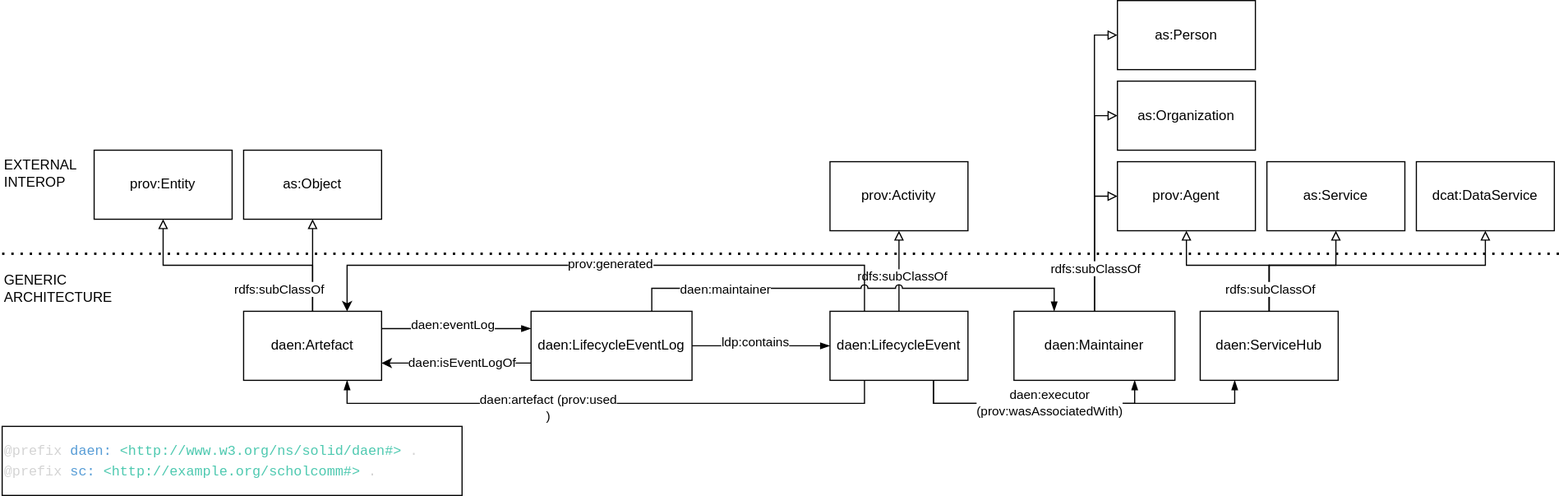
Above: images/classes.svg in MellonScholarlyCommunication/spec-eventlog (draw.io), before the change. Source tidied: cells renumbered, new cells last; positions are measured from the earlier drawing's top-left corner, leaving out a move shared by most shapes.
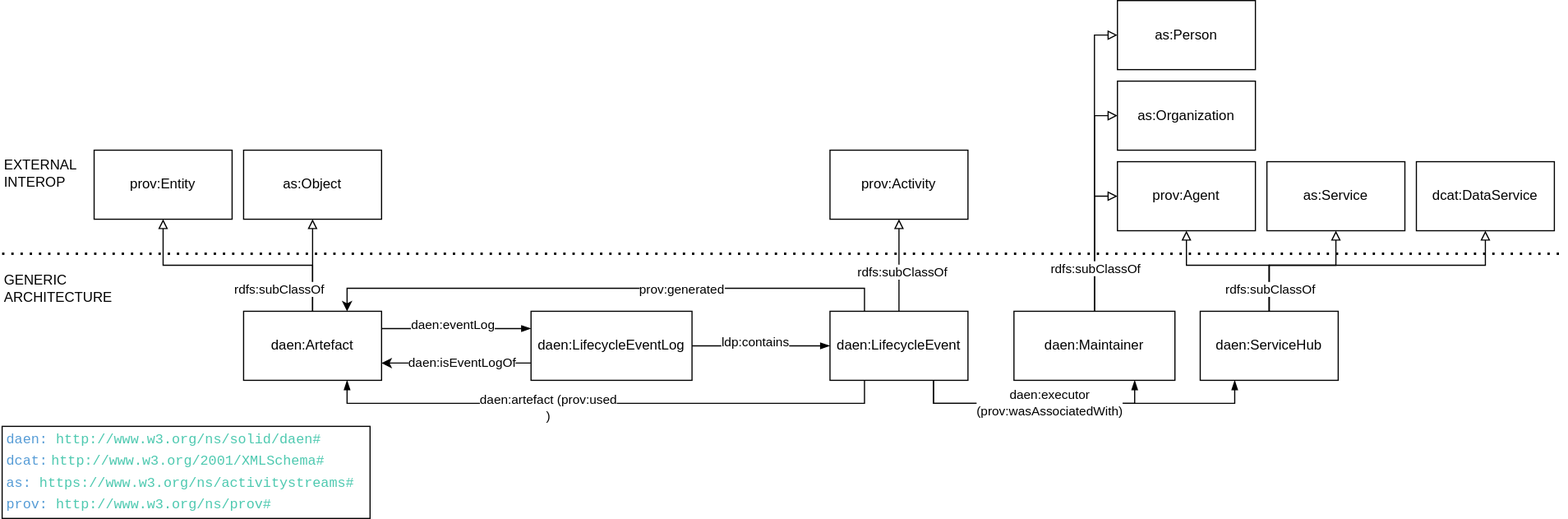
After the change.

The edit, as a diff of the source:
```diff
@@ -2,14 +2,11 @@
   <root>
     <mxCell id="0" />
     <mxCell id="1" parent="0" />
-    <mxCell id="2" value="&lt;div style=&quot;color: rgb(212 , 212 , 212) ; font-family: &amp;#34;menlo&amp;#34; , &amp;#34;monaco&amp;#34; , &amp;#34;courier new&amp;#34; , monospace ; font-size: 12px ; line-height: 18px&quot;&gt;&lt;div&gt;@prefix &lt;span style=&quot;color: rgb(86 , 156 , 214)&quot;&gt;daen:&lt;/span&gt; &lt;span style=&quot;color: rgb(78 , 201 , 176)&quot;&gt;&amp;lt;http://www.w3.org/ns/solid/daen#&amp;gt;&lt;/span&gt; . &lt;/div&gt;&lt;div&gt;@prefix &lt;span style=&quot;color: rgb(86 , 156 , 214)&quot;&gt;sc:&lt;/span&gt; &lt;span style=&quot;color: rgb(78 , 201 , 176)&quot;&gt;&amp;lt;http://example.org/scholcomm#&amp;gt;&lt;/span&gt; . &lt;/div&gt;&lt;/div&gt;" style="rounded=0;whiteSpace=wrap;html=1;fontSize=11;align=left;" parent="1" vertex="1">
-      <mxGeometry y="370" width="400" height="60" as="geometry" />
-    </mxCell>
     <mxCell id="3" style="edgeStyle=orthogonalEdgeStyle;rounded=0;jettySize=auto;html=1;exitX=0.75;exitY=1;exitDx=0;exitDy=0;entryX=0.75;entryY=1;entryDx=0;entryDy=0;endArrow=blockThin;endFill=1;" parent="1" edge="1" source="9" target="40">
       <mxGeometry relative="1" as="geometry" />
     </mxCell>
     <mxCell id="4" value="prov:Activity" style="rounded=0;whiteSpace=wrap;html=1;" parent="1" vertex="1">
-      <mxGeometry x="720" y="140" width="120" height="60" as="geometry" />
+      <mxGeometry x="720" y="130" width="120" height="60" as="geometry" />
     </mxCell>
     <mxCell id="5" style="edgeStyle=orthogonalEdgeStyle;rounded=0;jettySize=auto;html=1;exitX=0.5;exitY=0;exitDx=0;exitDy=0;endArrow=block;endFill=0;" parent="1" edge="1" source="9" target="4">
       <mxGeometry relative="1" as="geometry" />
@@ -125,25 +122,19 @@
     <mxCell id="33" style="edgeStyle=orthogonalEdgeStyle;html=1;exitX=0.25;exitY=0;exitDx=0;exitDy=0;entryX=0.75;entryY=0;entryDx=0;entryDy=0;rounded=0;jumpStyle=arc;" parent="1" edge="1" source="9" target="23">
       <mxGeometry relative="1" as="geometry">
         <Array as="points">
-          <mxPoint x="750" y="230" />
-          <mxPoint x="300" y="230" />
+          <mxPoint x="750" y="250" />
+          <mxPoint x="300" y="250" />
         </Array>
       </mxGeometry>
     </mxCell>
     <mxCell id="34" value="prov:generated" style="edgeLabel;html=1;align=center;verticalAlign=middle;" parent="33" vertex="1">
-      <mxGeometry x="-0.01" y="-2" relative="1" as="geometry" />
+      <mxGeometry x="-0.01" y="-2" relative="1" as="geometry">
+        <mxPoint x="63" y="2" as="offset" />
+      </mxGeometry>
     </mxCell>
     <mxCell id="35" value="daen:LifecycleEventLog" style="rounded=0;whiteSpace=wrap;html=1;" parent="1" vertex="1">
       <mxGeometry x="460" y="270" width="140" height="60" as="geometry" />
     </mxCell>
-    <mxCell id="36" style="edgeStyle=orthogonalEdgeStyle;rounded=0;jettySize=auto;html=1;exitX=0.75;exitY=0;exitDx=0;exitDy=0;entryX=0.25;entryY=0;entryDx=0;entryDy=0;endArrow=blockThin;endFill=1;jumpStyle=arc;" parent="1" edge="1" source="35" target="40">
-      <mxGeometry relative="1" as="geometry" />
-    </mxCell>
-    <mxCell id="37" value="daen:maintainer" style="edgeLabel;html=1;align=center;verticalAlign=middle;" parent="36" vertex="1">
-      <mxGeometry x="-0.7" y="4" relative="1" as="geometry">
-        <mxPoint x="24" y="4" as="offset" />
-      </mxGeometry>
-    </mxCell>
     <mxCell id="38" style="edgeStyle=orthogonalEdgeStyle;rounded=0;jettySize=auto;html=1;exitX=0.5;exitY=0;exitDx=0;exitDy=0;entryX=0;entryY=0.5;entryDx=0;entryDy=0;endArrow=block;endFill=0;" parent="1" edge="1" source="40" target="42">
       <mxGeometry relative="1" as="geometry" />
     </mxCell>
@@ -176,5 +167,8 @@
     <mxCell id="46" value="dcat:DataService" style="rounded=0;whiteSpace=wrap;html=1;" parent="1" vertex="1">
       <mxGeometry x="1230" y="140" width="120" height="60" as="geometry" />
     </mxCell>
+    <mxCell id="47" value="&lt;div style=&quot;line-height: 18px&quot;&gt;&lt;div style=&quot;color: rgb(212 , 212 , 212) ; font-family: &amp;#34;menlo&amp;#34; , &amp;#34;monaco&amp;#34; , &amp;#34;courier new&amp;#34; , monospace ; font-size: 12px&quot;&gt;&lt;span style=&quot;color: rgb(86 , 156 , 214)&quot;&gt;daen:&lt;/span&gt; &lt;span style=&quot;color: rgb(78 , 201 , 176)&quot;&gt;http://www.w3.org/ns/solid/daen#&lt;/span&gt;&lt;/div&gt;&lt;div&gt;&lt;span style=&quot;color: rgb(86 , 156 , 214) ; font-family: &amp;#34;menlo&amp;#34; , &amp;#34;monaco&amp;#34; , &amp;#34;courier new&amp;#34; , monospace ; font-size: 12px&quot;&gt;dcat:&lt;/span&gt; &lt;font color=&quot;#4ec9b0&quot; face=&quot;menlo, monaco, courier new, monospace&quot;&gt;&lt;span style=&quot;font-size: 12px&quot;&gt;http://www.w3.org/2001/XMLSchema#&lt;/span&gt;&lt;/font&gt;&lt;/div&gt;&lt;div&gt;&lt;span style=&quot;color: rgb(86 , 156 , 214) ; font-family: &amp;#34;menlo&amp;#34; , &amp;#34;monaco&amp;#34; , &amp;#34;courier new&amp;#34; , monospace ; font-size: 12px&quot;&gt;as&lt;/span&gt;&lt;span style=&quot;color: rgb(86 , 156 , 214) ; font-family: &amp;#34;menlo&amp;#34; , &amp;#34;monaco&amp;#34; , &amp;#34;courier new&amp;#34; , monospace ; font-size: 12px&quot;&gt;:&lt;/span&gt;&lt;font color=&quot;#d4d4d4&quot; face=&quot;menlo, monaco, courier new, monospace&quot;&gt;&lt;span style=&quot;font-size: 12px&quot;&gt;&amp;nbsp;&lt;/span&gt;&lt;/font&gt;&lt;span style=&quot;font-size: 12px&quot;&gt;&lt;font color=&quot;#4ec9b0&quot; face=&quot;menlo, monaco, courier new, monospace&quot;&gt;https://www.w3.org/ns/activitystreams#&lt;/font&gt;&lt;/span&gt;&lt;br&gt;&lt;/div&gt;&lt;div&gt;&lt;span style=&quot;color: rgb(86 , 156 , 214) ; font-family: &amp;#34;menlo&amp;#34; , &amp;#34;monaco&amp;#34; , &amp;#34;courier new&amp;#34; , monospace ; font-size: 12px&quot;&gt;prov&lt;/span&gt;&lt;span style=&quot;color: rgb(86 , 156 , 214) ; font-family: &amp;#34;menlo&amp;#34; , &amp;#34;monaco&amp;#34; , &amp;#34;courier new&amp;#34; , monospace ; font-size: 12px&quot;&gt;:&lt;/span&gt;&lt;font color=&quot;#d4d4d4&quot; face=&quot;menlo, monaco, courier new, monospace&quot;&gt;&lt;span style=&quot;font-size: 12px&quot;&gt;&amp;nbsp;&lt;/span&gt;&lt;/font&gt;&lt;font color=&quot;#4ec9b0&quot; face=&quot;menlo, monaco, courier new, monospace&quot;&gt;&lt;span style=&quot;font-size: 12px&quot;&gt;http://www.w3.org/ns/prov#&lt;/span&gt;&lt;/font&gt;&lt;font color=&quot;#d4d4d4&quot; face=&quot;menlo, monaco, courier new, monospace&quot;&gt;&lt;span style=&quot;font-size: 12px&quot;&gt;&lt;br&gt;&lt;/span&gt;&lt;/font&gt;&lt;/div&gt;&lt;/div&gt;" style="rounded=0;whiteSpace=wrap;html=1;fontSize=11;align=left;spacingLeft=2;" parent="1" vertex="1">
+      <mxGeometry y="370" width="320" height="80" as="geometry" />
+    </mxCell>
   </root>
 </mxGraphModel>
```
